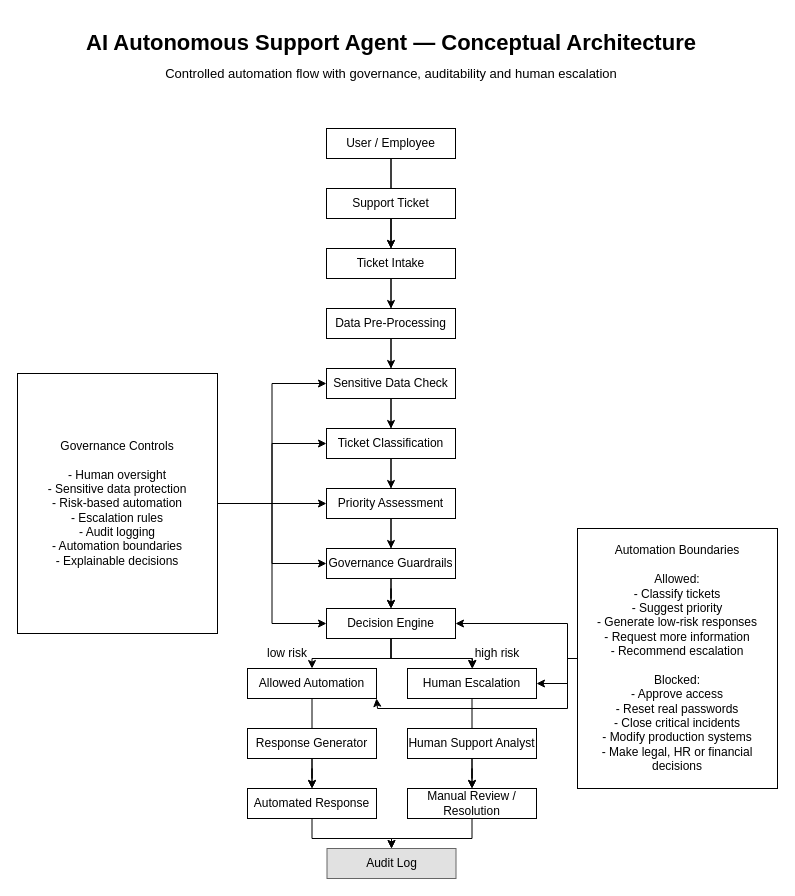
Above: assets/architecture-diagram.drawio in gustavogg99-ctrl/support-agent-governance-prototype (draw.io), before the change. Source tidied: cells renumbered, new cells numbered last; positions are measured from the earlier drawing's top-left corner, leaving out a move shared by most shapes. Both pictures are drawn from the tidied source at 100%, with x=0, y=0 at pixel (17, 28).
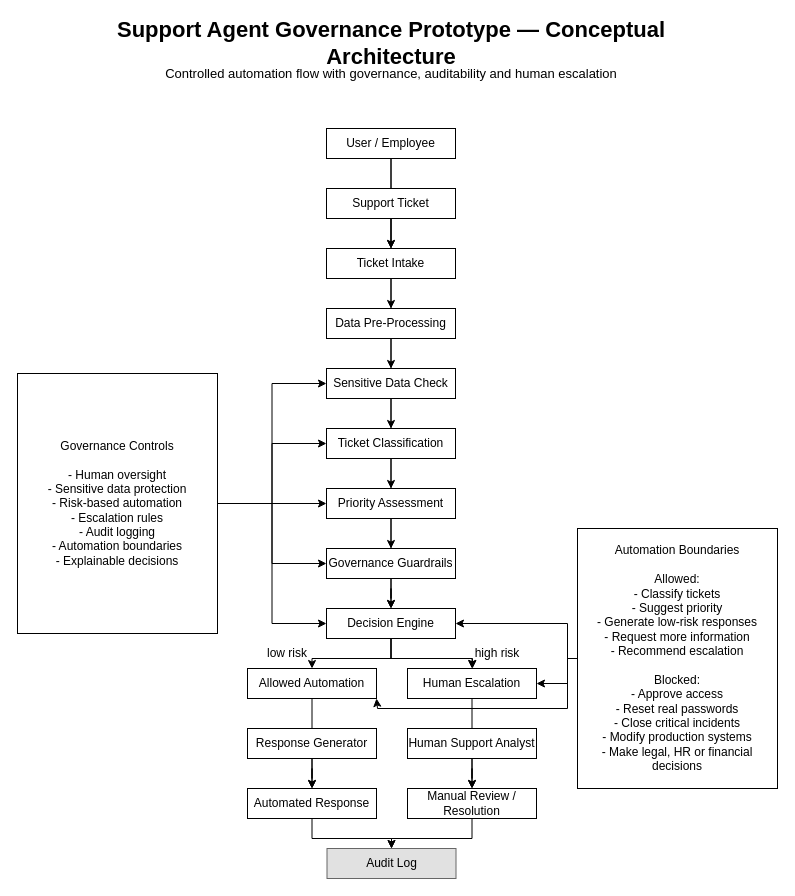
After the change.

Commit message (it also covers changes not shown here):
docs: update diagram title to Support Agent Governance Prototype

Claude-Session: https://claude.ai/code/session_018st1PFdm5QzSYWuEGjhALp

What changed in the source:
```diff
@@
-    <mxCell id="2" value="AI Autonomous Support Agent — Conceptual Architecture" style="text;html=1;whiteSpace=wrap;strokeColor=none;fillColor=none;align=center;verticalAlign=middle;rounded=0;fontSize=22;fontStyle=1;labelBorderColor=none;fontColor=light-dark(#000000,#000000);" parent="1" vertex="1">
+    <mxCell id="2" value="Support Agent Governance Prototype — Conceptual Architecture" style="text;html=1;whiteSpace=wrap;strokeColor=none;fillColor=none;align=center;verticalAlign=middle;rounded=0;fontSize=22;fontStyle=1;labelBorderColor=none;fontColor=light-dark(#000000,#000000);" parent="1" vertex="1">
       <mxGeometry x="61" width="626" height="30" as="geometry" />
     </mxCell>
```
